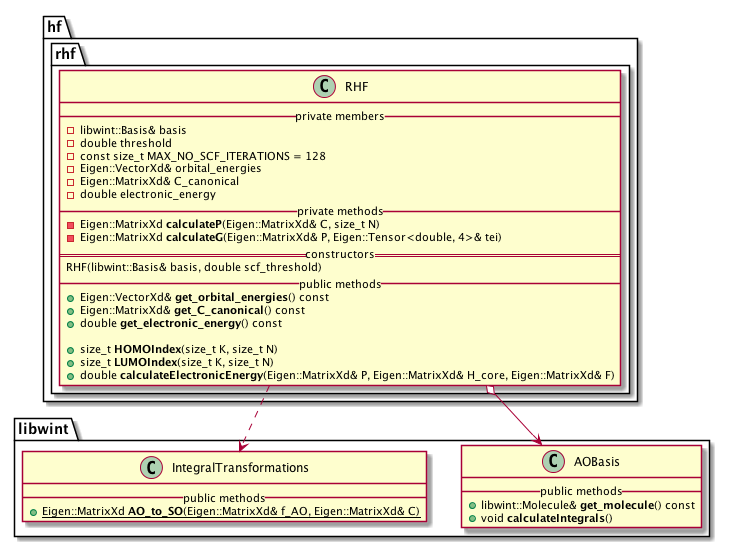
Above: docs/hf_UML_diagram.png in tmhuysen/hf (PlantUML), before the change. Source of this version:
```plantuml
@startuml


namespace libwint {

    class AOBasis {
        __ public methods __
            + libwint::Molecule& **get_molecule**() const
            + void **calculateIntegrals**()
    }


    class IntegralTransformations {
        __ public methods __
            + {static} Eigen::MatrixXd **AO_to_SO**(Eigen::MatrixXd& f_AO, Eigen::MatrixXd& C)
    }

}


namespace hf {
    namespace rhf {

        class RHF {
            __ private members __
                - libwint::Basis& basis
                - double threshold
                - const size_t MAX_NO_SCF_ITERATIONS = 128
                - Eigen::VectorXd& orbital_energies
                - Eigen::MatrixXd& C_canonical
                - double electronic_energy
            __ private methods __
                - Eigen::MatrixXd **calculateP**(Eigen::MatrixXd& C, size_t N)
                - Eigen::MatrixXd **calculateG**(Eigen::MatrixXd& P, Eigen::Tensor<double, 4>& tei)
            == constructors ==
                RHF(libwint::Basis& basis, double scf_threshold)
            __ public methods __
                + Eigen::VectorXd& **get_orbital_energies**() const
                + Eigen::MatrixXd& **get_C_canonical**() const
                + double **get_electronic_energy**() const

                + size_t **HOMOIndex**(size_t K, size_t N)
                + size_t **LUMOIndex**(size_t K, size_t N)
                + double **calculateElectronicEnergy**(Eigen::MatrixXd& P, Eigen::MatrixXd& H_core, Eigen::MatrixXd& F)
        }
    }
}



hf.rhf.RHF o--> libwint.AOBasis

hf.rhf.RHF ..> libwint.IntegralTransformations

@enduml
```
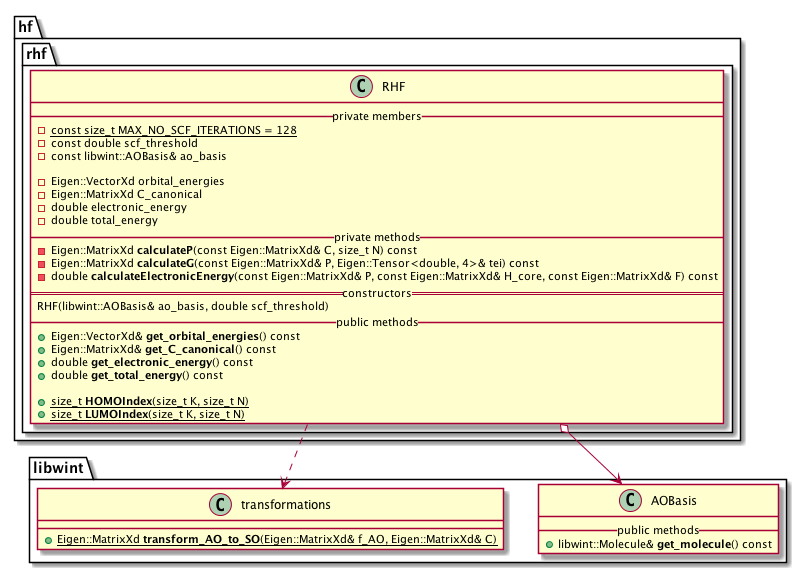
After the commit.

Commit message:
Update UML diagram.

What changed in the source:
```diff
@@ -6,13 +6,11 @@
     class AOBasis {
         __ public methods __
             + libwint::Molecule& **get_molecule**() const
-            + void **calculateIntegrals**()
     }
 
 
-    class IntegralTransformations {
-        __ public methods __
-            + {static} Eigen::MatrixXd **AO_to_SO**(Eigen::MatrixXd& f_AO, Eigen::MatrixXd& C)
+    class transformations {
+        + {static} Eigen::MatrixXd **transform_AO_to_SO**(Eigen::MatrixXd& f_AO, Eigen::MatrixXd& C)
     }
 
 }
@@ -23,25 +21,28 @@
 
         class RHF {
             __ private members __
-                - libwint::Basis& basis
-                - double threshold
-                - const size_t MAX_NO_SCF_ITERATIONS = 128
-                - Eigen::VectorXd& orbital_energies
-                - Eigen::MatrixXd& C_canonical
+                - const size_t {static} MAX_NO_SCF_ITERATIONS = 128
+                - const double scf_threshold
+                - const libwint::AOBasis& ao_basis
+
+                - Eigen::VectorXd orbital_energies
+                - Eigen::MatrixXd C_canonical
                 - double electronic_energy
+                - double total_energy
             __ private methods __
-                - Eigen::MatrixXd **calculateP**(Eigen::MatrixXd& C, size_t N)
-                - Eigen::MatrixXd **calculateG**(Eigen::MatrixXd& P, Eigen::Tensor<double, 4>& tei)
+                - Eigen::MatrixXd **calculateP**(const Eigen::MatrixXd& C, size_t N) const
+                - Eigen::MatrixXd **calculateG**(const Eigen::MatrixXd& P, Eigen::Tensor<double, 4>& tei) const
+                - double **calculateElectronicEnergy**(const Eigen::MatrixXd& P, const Eigen::MatrixXd& H_core, const Eigen::MatrixXd& F) const
             == constructors ==
-                RHF(libwint::Basis& basis, double scf_threshold)
+                RHF(libwint::AOBasis& ao_basis, double scf_threshold)
             __ public methods __
                 + Eigen::VectorXd& **get_orbital_energies**() const
                 + Eigen::MatrixXd& **get_C_canonical**() const
                 + double **get_electronic_energy**() const
+                + double **get_total_energy**() const
 
-                + size_t **HOMOIndex**(size_t K, size_t N)
-                + size_t **LUMOIndex**(size_t K, size_t N)
-                + double **calculateElectronicEnergy**(Eigen::MatrixXd& P, Eigen::MatrixXd& H_core, Eigen::MatrixXd& F)
+                + {static} size_t **HOMOIndex**(size_t K, size_t N)
+                + {static} size_t **LUMOIndex**(size_t K, size_t N)
         }
     }
 }
@@ -50,6 +51,6 @@
 
 hf.rhf.RHF o--> libwint.AOBasis
 
-hf.rhf.RHF ..> libwint.IntegralTransformations
+hf.rhf.RHF ..> libwint.transformations
 
 @enduml
```
